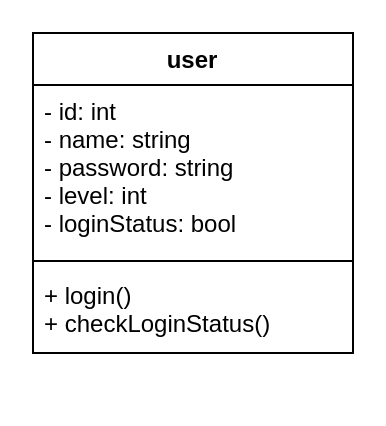
Before: diagrams/login_page_class_diagram.drawio in greenpeace-wits/Student-Success-Hub, a draw.io diagram. Source tidied: cells renumbered, new cells numbered last; positions are measured from the earlier drawing's top-left corner, leaving out a move shared by most shapes. Both pictures are drawn from the tidied source at 200%, with x=0, y=0 at pixel (32, 32).
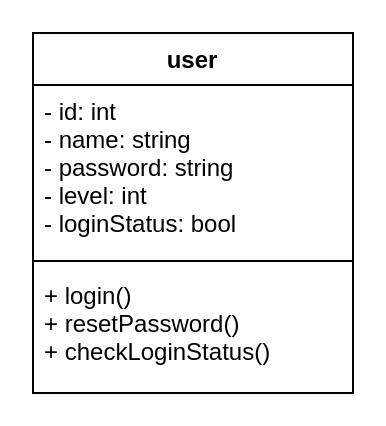
After the change.

What changed in the source:
```diff
@@
 <mxGraphModel background="#ffffff">
   <root>
     <mxCell id="0" />
     <mxCell id="1" parent="0" />
     <mxCell id="2" value="user" style="swimlane;fontStyle=1;align=center;verticalAlign=top;horizontal=1;startSize=26;" parent="1" vertex="1">
-      <mxGeometry width="160" height="160" as="geometry" />
+      <mxGeometry width="160" height="180" as="geometry" />
     </mxCell>
     <mxCell id="3" value="- id: int&#10;- name: string&#10;- password: string&#10;- level: int&#10;- loginStatus: bool&#10;" style="text;strokeColor=none;fillColor=none;align=left;verticalAlign=top;spacingLeft=4;spacingRight=4;overflow=hidden;" parent="2" vertex="1">
       <mxGeometry y="26" width="160" height="84" as="geometry" />
     </mxCell>
     <mxCell id="4" style="line;strokeWidth=1;fillColor=none;align=left;verticalAlign=middle;spacingTop=-1;spacingLeft=3;spacingRight=3;labelPosition=right;" parent="2" vertex="1">
       <mxGeometry y="110" width="160" height="8" as="geometry" />
     </mxCell>
-    <mxCell id="5" value="+ login()&#10;+ checkLoginStatus()&#10;" style="text;strokeColor=none;fillColor=none;align=left;verticalAlign=top;spacingLeft=4;spacingRight=4;overflow=hidden;" parent="2" vertex="1">
-      <mxGeometry y="118" width="160" height="42" as="geometry" />
+    <mxCell id="5" value="+ login()&#10;+ resetPassword()&#10;+ checkLoginStatus()&#10;" style="text;strokeColor=none;fillColor=none;align=left;verticalAlign=top;spacingLeft=4;spacingRight=4;overflow=hidden;" parent="2" vertex="1">
+      <mxGeometry y="118" width="160" height="62" as="geometry" />
     </mxCell>
   </root>
 </mxGraphModel>
```
